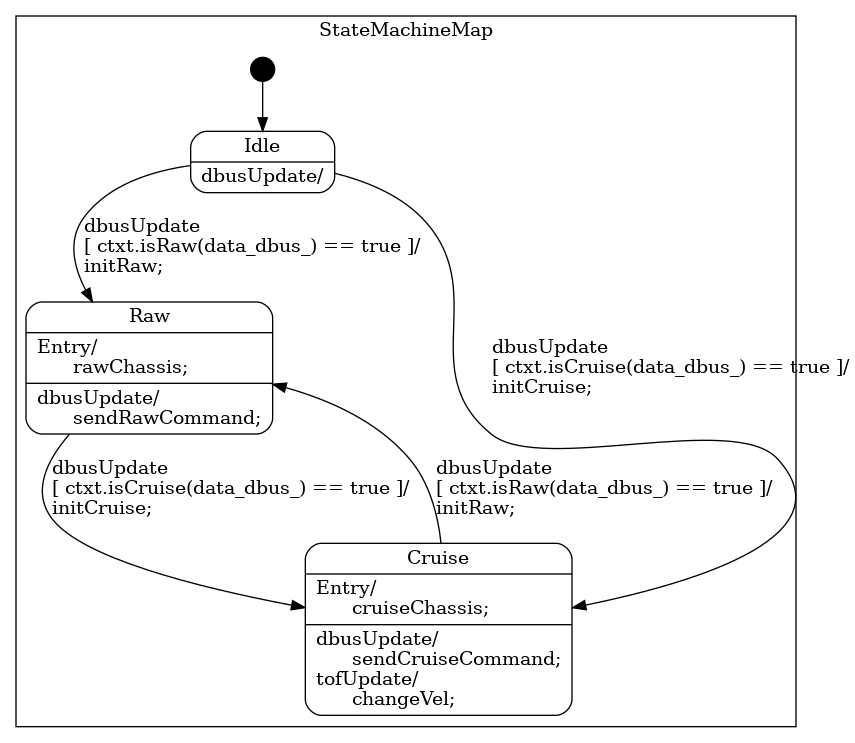
Above: state_machine/StateMachine_sm.png in rm-controls/rm_fsm (Graphviz), before the change. Its source is kept beside it as state_machine/StateMachine_sm.dot.
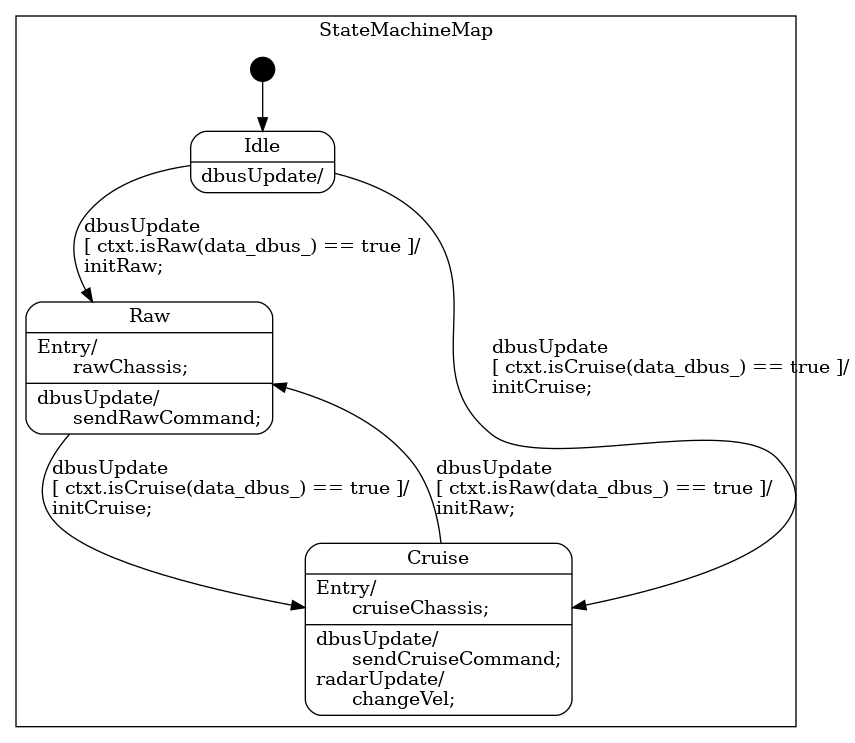
The same file after the commit.

Change to the diagram source:
```diff
@@ -15,7 +15,7 @@
             [label="{Raw|Entry/\l&nbsp;&nbsp;&nbsp;rawChassis;\l|dbusUpdate/\l&nbsp;&nbsp;&nbsp;sendRawCommand;\l}"];
 
         "StateMachineMap::Cruise"
-            [label="{Cruise|Entry/\l&nbsp;&nbsp;&nbsp;cruiseChassis;\l|dbusUpdate/\l&nbsp;&nbsp;&nbsp;sendCruiseCommand;\ltofUpdate/\l&nbsp;&nbsp;&nbsp;changeVel;\l}"];
+            [label="{Cruise|Entry/\l&nbsp;&nbsp;&nbsp;cruiseChassis;\l|dbusUpdate/\l&nbsp;&nbsp;&nbsp;sendCruiseCommand;\lradarUpdate/\l&nbsp;&nbsp;&nbsp;changeVel;\l}"];
 
         "%start"
             [label="" shape=circle style=filled fillcolor=black width=0.25];
```
